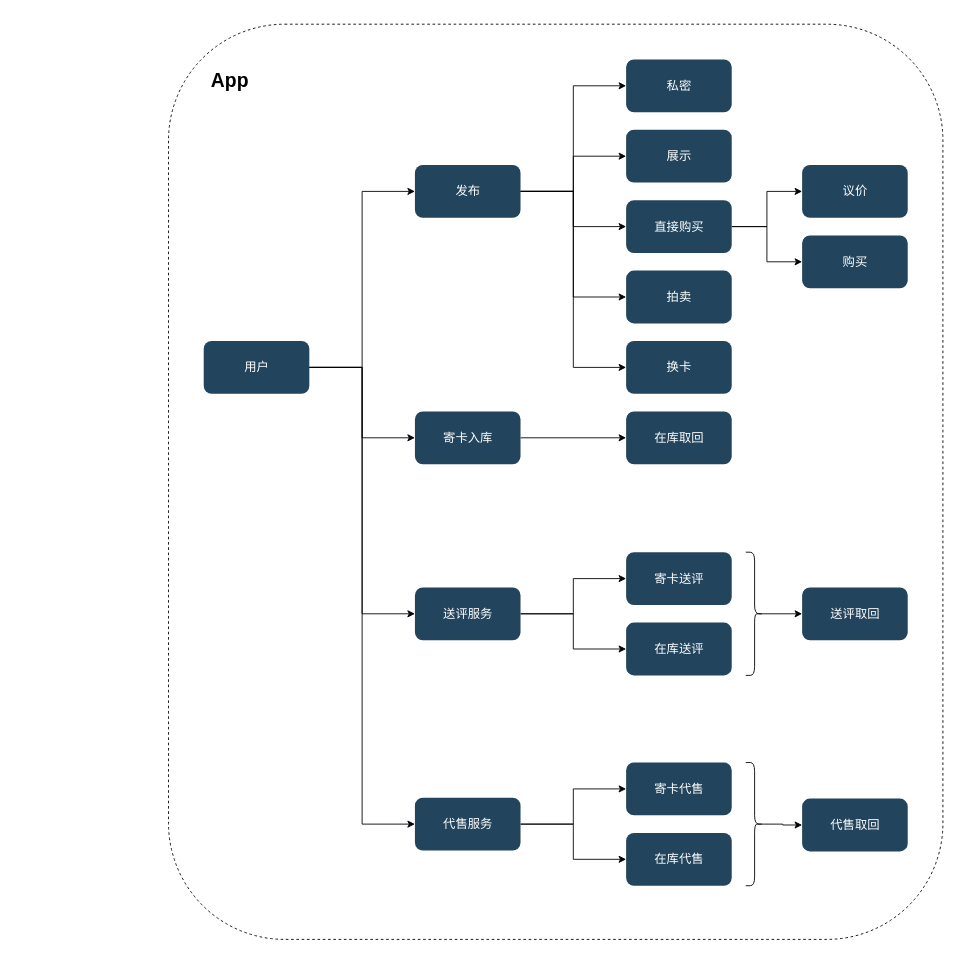
This is page "App-User" (1 of 2) of Card+.drawio from xiaoming728/draw, a draw.io file, before an edit. Source tidied: cells renumbered, new cells numbered last; positions are measured from the earlier drawing's top-left corner, leaving out a move shared by most shapes. Both pictures are drawn from the tidied source at 88%, with x=0, y=0 at pixel (168, 24).
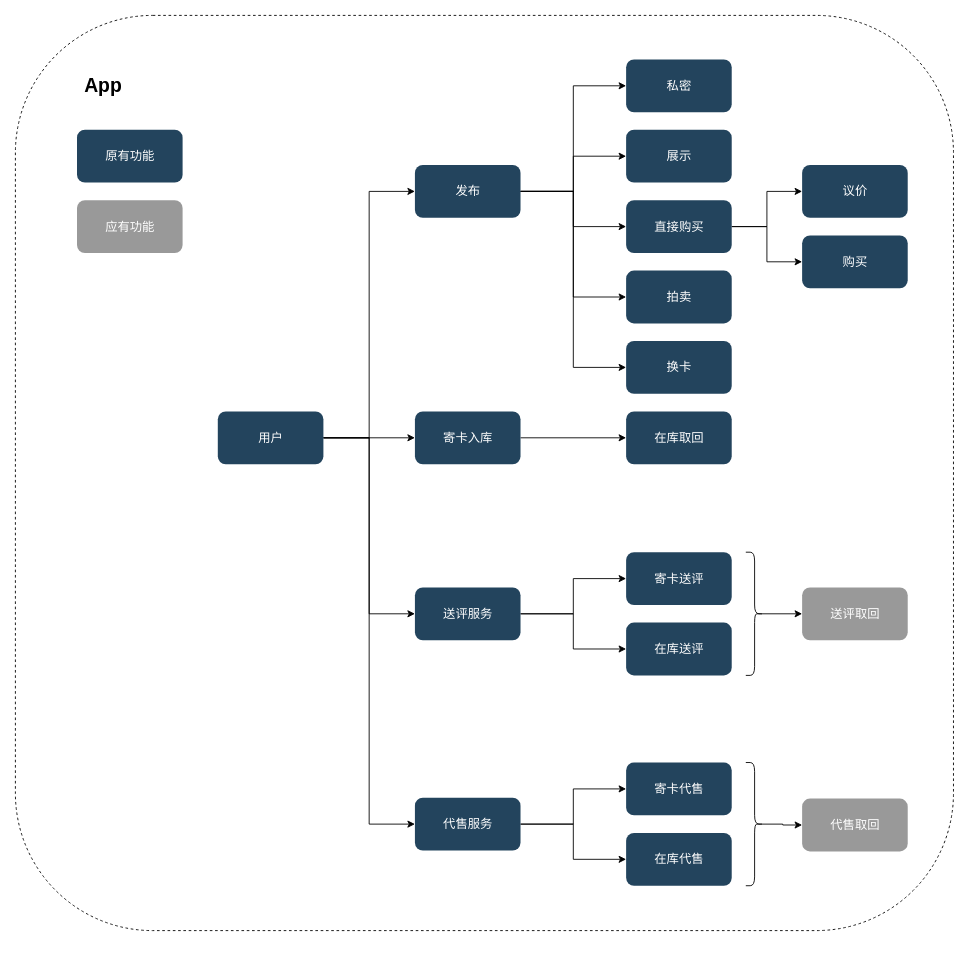
The same page after the edit.

The edit, as a diff of the source:
```diff
@@
     <mxCell id="2" style="rounded=1;whiteSpace=wrap;html=1;dashed=1;fillColor=none;" parent="1" vertex="1">
-      <mxGeometry width="880" height="1040" as="geometry" />
+      <mxGeometry x="-174" y="-10" width="1066" height="1040" as="geometry" />
     </mxCell>
@@
     <mxCell id="8" value="&lt;font color=&quot;#ffffff&quot; style=&quot;font-size: 14px;&quot;&gt;用户&lt;/font&gt;" style="rounded=1;fillColor=#23445D;strokeColor=none;strokeWidth=2;fontFamily=Helvetica;html=1;gradientColor=none;" parent="1" vertex="1">
-      <mxGeometry x="40" y="360" width="120" height="60" as="geometry" />
+      <mxGeometry x="56" y="440" width="120" height="60" as="geometry" />
     </mxCell>
@@
-    <mxCell id="30" value="&lt;font color=&quot;#ffffff&quot;&gt;&lt;span style=&quot;font-size: 14px;&quot;&gt;送评取回&lt;/span&gt;&lt;/font&gt;" style="rounded=1;fillColor=#23445D;strokeColor=none;strokeWidth=2;fontFamily=Helvetica;html=1;gradientColor=none;" parent="1" vertex="1">
+    <mxCell id="30" value="&lt;font color=&quot;#ffffff&quot;&gt;&lt;span style=&quot;font-size: 14px;&quot;&gt;送评取回&lt;/span&gt;&lt;/font&gt;" style="rounded=1;fillColor=#999999;strokeColor=none;strokeWidth=2;fontFamily=Helvetica;html=1;gradientColor=none;" parent="1" vertex="1">
       <mxGeometry x="720" y="640" width="120" height="60" as="geometry" />
     </mxCell>
@@
-    <mxCell id="37" value="&lt;font color=&quot;#ffffff&quot; style=&quot;font-size: 14px;&quot;&gt;代售取回&lt;/font&gt;" style="rounded=1;fillColor=#23445D;strokeColor=none;strokeWidth=2;fontFamily=Helvetica;html=1;gradientColor=none;" parent="1" vertex="1">
+    <mxCell id="37" value="&lt;font color=&quot;#ffffff&quot; style=&quot;font-size: 14px;&quot;&gt;代售取回&lt;/font&gt;" style="rounded=1;fillColor=#999999;strokeColor=none;strokeWidth=2;fontFamily=Helvetica;html=1;gradientColor=none;" parent="1" vertex="1">
       <mxGeometry x="720" y="880" width="120" height="60" as="geometry" />
     </mxCell>
     <mxCell id="38" value="App" style="text;html=1;align=center;verticalAlign=middle;whiteSpace=wrap;rounded=0;fontSize=22;fontStyle=1;" parent="1" vertex="1">
-      <mxGeometry x="40" y="50" width="60" height="30" as="geometry" />
+      <mxGeometry x="-104" y="55" width="60" height="30" as="geometry" />
     </mxCell>
@@
+    <mxCell id="44" value="&lt;font color=&quot;#ffffff&quot;&gt;&lt;span style=&quot;font-size: 14px;&quot;&gt;原有功能&lt;/span&gt;&lt;/font&gt;" style="rounded=1;fillColor=#23445D;strokeColor=none;strokeWidth=2;fontFamily=Helvetica;html=1;gradientColor=none;" parent="1" vertex="1">
+      <mxGeometry x="-104" y="120" width="120" height="60" as="geometry" />
+    </mxCell>
+    <mxCell id="45" value="&lt;font color=&quot;#ffffff&quot;&gt;&lt;span style=&quot;font-size: 14px;&quot;&gt;应有功能&lt;/span&gt;&lt;/font&gt;" style="rounded=1;fillColor=#999999;strokeColor=none;strokeWidth=2;fontFamily=Helvetica;html=1;gradientColor=none;" parent="1" vertex="1">
+      <mxGeometry x="-104" y="200" width="120" height="60" as="geometry" />
+    </mxCell>
```
